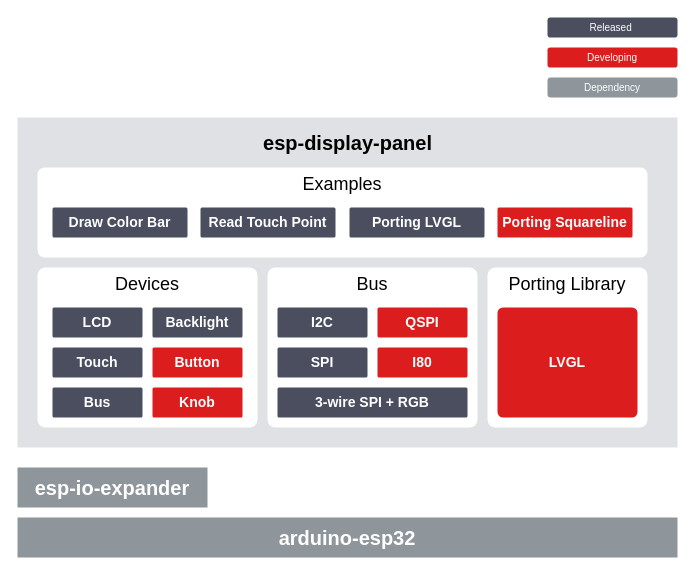
Earlier version of the draw.io diagram docs/_static/block_diagram.drawio (esp-arduino-libs/ESP32_Display_Panel). Source tidied: cells renumbered, new cells numbered last; positions are measured from the earlier drawing's top-left corner, leaving out a move shared by most shapes. Both pictures are drawn from the tidied source at 100%, with x=0, y=0 at pixel (17, 17).
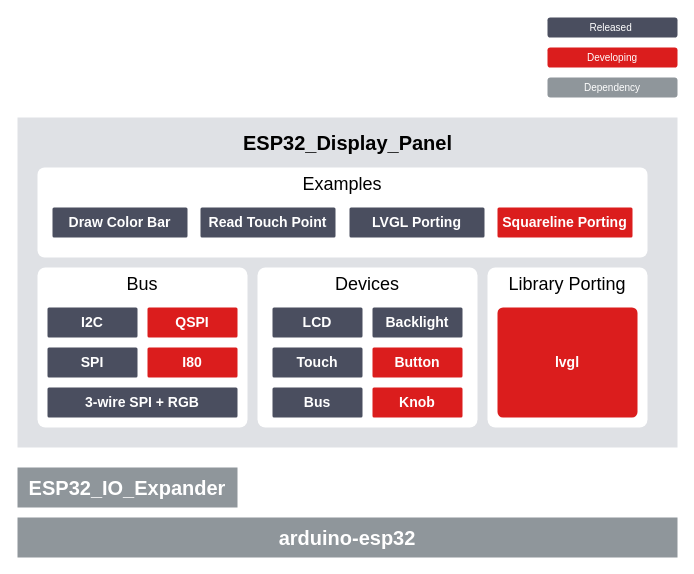
After the change.

What changed in the source:
```diff
@@
-    <mxCell id="7" value="&lt;b style=&quot;&quot;&gt;&lt;font color=&quot;#ffffff&quot; style=&quot;font-size: 20px;&quot;&gt;esp-io-expander&lt;/font&gt;&lt;/b&gt;" style="rounded=1;whiteSpace=wrap;html=1;verticalAlign=middle;fillColor=#8F969B;strokeColor=none;fontSize=14;arcSize=0;strokeWidth=1;" parent="1" vertex="1">
-      <mxGeometry y="450" width="190" height="40" as="geometry" />
+    <mxCell id="7" value="&lt;b style=&quot;&quot;&gt;&lt;font color=&quot;#ffffff&quot; style=&quot;font-size: 20px;&quot;&gt;ESP32_IO_Expander&lt;/font&gt;&lt;/b&gt;" style="rounded=1;whiteSpace=wrap;html=1;verticalAlign=middle;fillColor=#8F969B;strokeColor=none;fontSize=14;arcSize=0;strokeWidth=1;" parent="1" vertex="1">
+      <mxGeometry y="450" width="220" height="40" as="geometry" />
     </mxCell>
-    <mxCell id="8" value="&lt;b style=&quot;color: rgb(0, 0, 0);&quot;&gt;&lt;font style=&quot;font-size: 20px;&quot;&gt;esp-display-panel&lt;/font&gt;&lt;/b&gt;" style="text;html=1;strokeColor=none;fillColor=none;align=center;verticalAlign=middle;whiteSpace=wrap;rounded=0;" parent="1" vertex="1">
+    <mxCell id="8" value="&lt;b style=&quot;color: rgb(0, 0, 0);&quot;&gt;&lt;font style=&quot;font-size: 20px;&quot;&gt;ESP32_Display_Panel&lt;/font&gt;&lt;/b&gt;" style="text;html=1;strokeColor=none;fillColor=none;align=center;verticalAlign=middle;whiteSpace=wrap;rounded=0;" parent="1" vertex="1">
       <mxGeometry x="227.5" y="110" width="205" height="30" as="geometry" />
     </mxCell>
+    <mxCell id="14" value="&lt;span style=&quot;font-size: 18px;&quot;&gt;Library Porting&lt;/span&gt;" style="rounded=1;whiteSpace=wrap;html=1;verticalAlign=top;fillColor=#FFFFFF;strokeColor=none;fontColor=#000000;fontSize=14;gradientColor=none;arcSize=5;strokeWidth=2;" parent="1" vertex="1">
+      <mxGeometry x="470" y="250" width="160" height="160" as="geometry" />
+    </mxCell>
+    <mxCell id="15" value="&lt;b&gt;&lt;font color=&quot;#ffffff&quot;&gt;lvgl&lt;/font&gt;&lt;/b&gt;" style="rounded=1;whiteSpace=wrap;html=1;verticalAlign=middle;fillColor=#DB1D1D;strokeColor=none;fontColor=#000000;fontSize=14;gradientColor=none;arcSize=5;strokeWidth=2;" parent="1" vertex="1">
+      <mxGeometry x="480" y="290" width="140" height="110" as="geometry" />
+    </mxCell>
+    <mxCell id="16" value="&lt;font style=&quot;font-size: 18px;&quot;&gt;Examples&lt;/font&gt;" style="rounded=1;whiteSpace=wrap;html=1;verticalAlign=top;fillColor=#FFFFFF;strokeColor=none;fontColor=#000000;fontSize=14;gradientColor=none;arcSize=8;strokeWidth=2;" parent="1" vertex="1">
+      <mxGeometry x="20" y="150" width="610" height="90" as="geometry" />
+    </mxCell>
+    <mxCell id="17" value="&lt;b&gt;&lt;font color=&quot;#ffffff&quot;&gt;Draw Color Bar&lt;/font&gt;&lt;/b&gt;" style="rounded=1;whiteSpace=wrap;html=1;verticalAlign=middle;fillColor=#4A4E5F;strokeColor=none;fontColor=#000000;fontSize=14;gradientColor=none;arcSize=5;strokeWidth=2;" parent="1" vertex="1">
+      <mxGeometry x="35" y="190" width="135" height="30" as="geometry" />
+    </mxCell>
+    <mxCell id="26" value="&lt;font color=&quot;#ffffff&quot;&gt;&lt;b&gt;Read Touch Point&lt;/b&gt;&lt;/font&gt;" style="rounded=1;whiteSpace=wrap;html=1;verticalAlign=middle;fillColor=#4A4E5F;strokeColor=none;fontColor=#000000;fontSize=14;gradientColor=none;arcSize=5;strokeWidth=2;" parent="1" vertex="1">
+      <mxGeometry x="183" y="190" width="135" height="30" as="geometry" />
+    </mxCell>
+    <mxCell id="27" value="&lt;font color=&quot;#ffffff&quot;&gt;&lt;b&gt;LVGL Porting&lt;/b&gt;&lt;/font&gt;" style="rounded=1;whiteSpace=wrap;html=1;verticalAlign=middle;fillColor=#4A4E5F;strokeColor=none;fontColor=#000000;fontSize=14;gradientColor=none;arcSize=5;strokeWidth=2;" parent="1" vertex="1">
+      <mxGeometry x="332" y="190" width="135" height="30" as="geometry" />
+    </mxCell>
+    <mxCell id="28" value="&lt;font color=&quot;#ffffff&quot;&gt;&lt;b&gt;Squareline&amp;nbsp;&lt;/b&gt;&lt;/font&gt;&lt;b style=&quot;color: rgb(255, 255, 255);&quot;&gt;Porting&lt;/b&gt;" style="rounded=1;whiteSpace=wrap;html=1;verticalAlign=middle;fillColor=#DB1D1D;strokeColor=none;fontColor=#000000;fontSize=14;gradientColor=none;arcSize=5;strokeWidth=2;" parent="1" vertex="1">
+      <mxGeometry x="480" y="190" width="135" height="30" as="geometry" />
+    </mxCell>
+    <mxCell id="29" style="group;" parent="1" vertex="1">
+      <mxGeometry x="240" y="250" width="220" height="160" as="geometry" />
+    </mxCell>
-    <mxCell id="9" value="&lt;font style=&quot;font-size: 18px;&quot;&gt;Devices&lt;/font&gt;" style="rounded=1;whiteSpace=wrap;html=1;verticalAlign=top;fillColor=#FFFFFF;strokeColor=none;fontColor=#000000;fontSize=14;gradientColor=none;arcSize=5;strokeWidth=2;" parent="1" vertex="1">
-      <mxGeometry x="20" y="250" width="220" height="160" as="geometry" />
+    <mxCell id="9" value="&lt;font style=&quot;font-size: 18px;&quot;&gt;Devices&lt;/font&gt;" style="rounded=1;whiteSpace=wrap;html=1;verticalAlign=top;fillColor=#FFFFFF;strokeColor=none;fontColor=#000000;fontSize=14;gradientColor=none;arcSize=5;strokeWidth=2;" parent="29" vertex="1">
+      <mxGeometry width="220" height="160" as="geometry" />
     </mxCell>
-    <mxCell id="10" value="&lt;b style=&quot;font-size: 14px;&quot;&gt;&lt;font color=&quot;#ffffff&quot;&gt;Bus&lt;/font&gt;&lt;/b&gt;" style="rounded=1;whiteSpace=wrap;html=1;verticalAlign=middle;fillColor=#4A4E5F;strokeColor=none;fontColor=#000000;fontSize=14;gradientColor=none;arcSize=5;strokeWidth=2;" parent="1" vertex="1">
-      <mxGeometry x="35" y="370" width="90" height="30" as="geometry" />
+    <mxCell id="10" value="&lt;b style=&quot;font-size: 14px;&quot;&gt;&lt;font color=&quot;#ffffff&quot;&gt;Bus&lt;/font&gt;&lt;/b&gt;" style="rounded=1;whiteSpace=wrap;html=1;verticalAlign=middle;fillColor=#4A4E5F;strokeColor=none;fontColor=#000000;fontSize=14;gradientColor=none;arcSize=5;strokeWidth=2;" parent="29" vertex="1">
+      <mxGeometry x="15" y="120" width="90" height="30" as="geometry" />
     </mxCell>
-    <mxCell id="11" value="&lt;b&gt;&lt;font color=&quot;#ffffff&quot;&gt;LCD&lt;/font&gt;&lt;/b&gt;" style="rounded=1;whiteSpace=wrap;html=1;verticalAlign=middle;fillColor=#4A4E5F;strokeColor=none;fontColor=#000000;fontSize=14;gradientColor=none;arcSize=5;strokeWidth=2;" parent="1" vertex="1">
-      <mxGeometry x="35" y="290" width="90" height="30" as="geometry" />
+    <mxCell id="11" value="&lt;b&gt;&lt;font color=&quot;#ffffff&quot;&gt;LCD&lt;/font&gt;&lt;/b&gt;" style="rounded=1;whiteSpace=wrap;html=1;verticalAlign=middle;fillColor=#4A4E5F;strokeColor=none;fontColor=#000000;fontSize=14;gradientColor=none;arcSize=5;strokeWidth=2;" parent="29" vertex="1">
+      <mxGeometry x="15" y="40" width="90" height="30" as="geometry" />
     </mxCell>
-    <mxCell id="12" value="&lt;b style=&quot;font-size: 14px;&quot;&gt;&lt;font color=&quot;#ffffff&quot;&gt;Backlight&lt;/font&gt;&lt;/b&gt;" style="rounded=1;whiteSpace=wrap;html=1;verticalAlign=middle;fillColor=#4A4E5F;strokeColor=none;fontColor=#000000;fontSize=14;gradientColor=none;arcSize=5;strokeWidth=2;" parent="1" vertex="1">
-      <mxGeometry x="135" y="290" width="90" height="30" as="geometry" />
+    <mxCell id="12" value="&lt;b style=&quot;font-size: 14px;&quot;&gt;&lt;font color=&quot;#ffffff&quot;&gt;Backlight&lt;/font&gt;&lt;/b&gt;" style="rounded=1;whiteSpace=wrap;html=1;verticalAlign=middle;fillColor=#4A4E5F;strokeColor=none;fontColor=#000000;fontSize=14;gradientColor=none;arcSize=5;strokeWidth=2;" parent="29" vertex="1">
+      <mxGeometry x="115" y="40" width="90" height="30" as="geometry" />
     </mxCell>
-    <mxCell id="13" value="&lt;b&gt;&lt;font color=&quot;#ffffff&quot;&gt;Touch&lt;/font&gt;&lt;/b&gt;" style="rounded=1;whiteSpace=wrap;html=1;verticalAlign=middle;fillColor=#4A4E5F;strokeColor=none;fontColor=#000000;fontSize=14;gradientColor=none;arcSize=5;strokeWidth=2;" parent="1" vertex="1">
-      <mxGeometry x="35" y="330" width="90" height="30" as="geometry" />
+    <mxCell id="13" value="&lt;b&gt;&lt;font color=&quot;#ffffff&quot;&gt;Touch&lt;/font&gt;&lt;/b&gt;" style="rounded=1;whiteSpace=wrap;html=1;verticalAlign=middle;fillColor=#4A4E5F;strokeColor=none;fontColor=#000000;fontSize=14;gradientColor=none;arcSize=5;strokeWidth=2;" parent="29" vertex="1">
+      <mxGeometry x="15" y="80" width="90" height="30" as="geometry" />
     </mxCell>
-    <mxCell id="14" value="&lt;font style=&quot;font-size: 18px;&quot;&gt;Porting Library&lt;/font&gt;" style="rounded=1;whiteSpace=wrap;html=1;verticalAlign=top;fillColor=#FFFFFF;strokeColor=none;fontColor=#000000;fontSize=14;gradientColor=none;arcSize=5;strokeWidth=2;" parent="1" vertex="1">
-      <mxGeometry x="470" y="250" width="160" height="160" as="geometry" />
-    </mxCell>
-    <mxCell id="15" value="&lt;b&gt;&lt;font color=&quot;#ffffff&quot;&gt;LVGL&lt;/font&gt;&lt;/b&gt;" style="rounded=1;whiteSpace=wrap;html=1;verticalAlign=middle;fillColor=#DB1D1D;strokeColor=none;fontColor=#000000;fontSize=14;gradientColor=none;arcSize=5;strokeWidth=2;" parent="1" vertex="1">
-      <mxGeometry x="480" y="290" width="140" height="110" as="geometry" />
-    </mxCell>
-    <mxCell id="16" value="&lt;font style=&quot;font-size: 18px;&quot;&gt;Examples&lt;/font&gt;" style="rounded=1;whiteSpace=wrap;html=1;verticalAlign=top;fillColor=#FFFFFF;strokeColor=none;fontColor=#000000;fontSize=14;gradientColor=none;arcSize=8;strokeWidth=2;" parent="1" vertex="1">
-      <mxGeometry x="20" y="150" width="610" height="90" as="geometry" />
-    </mxCell>
-    <mxCell id="17" value="&lt;b&gt;&lt;font color=&quot;#ffffff&quot;&gt;Draw Color Bar&lt;/font&gt;&lt;/b&gt;" style="rounded=1;whiteSpace=wrap;html=1;verticalAlign=middle;fillColor=#4A4E5F;strokeColor=none;fontColor=#000000;fontSize=14;gradientColor=none;arcSize=5;strokeWidth=2;" parent="1" vertex="1">
-      <mxGeometry x="35" y="190" width="135" height="30" as="geometry" />
-    </mxCell>
-    <mxCell id="18" value="&lt;b&gt;&lt;font color=&quot;#ffffff&quot;&gt;Button&lt;/font&gt;&lt;/b&gt;" style="rounded=1;whiteSpace=wrap;html=1;verticalAlign=middle;fillColor=#DB1D1D;strokeColor=none;fontColor=#000000;fontSize=14;gradientColor=none;arcSize=5;strokeWidth=2;" parent="1" vertex="1">
-      <mxGeometry x="135" y="330" width="90" height="30" as="geometry" />
+    <mxCell id="18" value="&lt;b&gt;&lt;font color=&quot;#ffffff&quot;&gt;Button&lt;/font&gt;&lt;/b&gt;" style="rounded=1;whiteSpace=wrap;html=1;verticalAlign=middle;fillColor=#DB1D1D;strokeColor=none;fontColor=#000000;fontSize=14;gradientColor=none;arcSize=5;strokeWidth=2;" parent="29" vertex="1">
+      <mxGeometry x="115" y="80" width="90" height="30" as="geometry" />
     </mxCell>
-    <mxCell id="19" value="&lt;b&gt;&lt;font color=&quot;#ffffff&quot;&gt;Knob&lt;/font&gt;&lt;/b&gt;" style="rounded=1;whiteSpace=wrap;html=1;verticalAlign=middle;fillColor=#DB1D1D;strokeColor=none;fontColor=#000000;fontSize=14;gradientColor=none;arcSize=5;strokeWidth=2;" parent="1" vertex="1">
-      <mxGeometry x="135" y="370" width="90" height="30" as="geometry" />
+    <mxCell id="19" value="&lt;b&gt;&lt;font color=&quot;#ffffff&quot;&gt;Knob&lt;/font&gt;&lt;/b&gt;" style="rounded=1;whiteSpace=wrap;html=1;verticalAlign=middle;fillColor=#DB1D1D;strokeColor=none;fontColor=#000000;fontSize=14;gradientColor=none;arcSize=5;strokeWidth=2;" parent="29" vertex="1">
+      <mxGeometry x="115" y="120" width="90" height="30" as="geometry" />
     </mxCell>
+    <mxCell id="30" style="group;" parent="1" vertex="1">
+      <mxGeometry x="310" y="90" width="210" height="160" as="geometry" />
+    </mxCell>
+    <mxCell id="31" style="group;" parent="30" vertex="1">
+      <mxGeometry width="210" height="160" as="geometry" />
+    </mxCell>
+    <mxCell id="32" style="group;" parent="31" vertex="1">
+      <mxGeometry x="-290" y="160" width="210" height="160" as="geometry" />
+    </mxCell>
-    <mxCell id="20" value="&lt;span style=&quot;font-size: 18px;&quot;&gt;Bus&lt;/span&gt;" style="rounded=1;whiteSpace=wrap;html=1;verticalAlign=top;fillColor=#FFFFFF;strokeColor=none;fontColor=#000000;fontSize=14;gradientColor=none;arcSize=5;strokeWidth=2;" parent="1" vertex="1">
-      <mxGeometry x="250" y="250" width="210" height="160" as="geometry" />
+    <mxCell id="20" value="&lt;span style=&quot;font-size: 18px;&quot;&gt;Bus&lt;/span&gt;" style="rounded=1;whiteSpace=wrap;html=1;verticalAlign=top;fillColor=#FFFFFF;strokeColor=none;fontColor=#000000;fontSize=14;gradientColor=none;arcSize=5;strokeWidth=2;" parent="32" vertex="1">
+      <mxGeometry width="210" height="160" as="geometry" />
     </mxCell>
-    <mxCell id="21" value="&lt;b&gt;&lt;font color=&quot;#ffffff&quot;&gt;I2C&lt;/font&gt;&lt;/b&gt;" style="rounded=1;whiteSpace=wrap;html=1;verticalAlign=middle;fillColor=#4A4E5F;strokeColor=none;fontColor=#000000;fontSize=14;gradientColor=none;arcSize=5;strokeWidth=2;" parent="1" vertex="1">
-      <mxGeometry x="260" y="290" width="90" height="30" as="geometry" />
-    </mxCell>
-    <mxCell id="22" value="&lt;b&gt;&lt;font color=&quot;#ffffff&quot;&gt;SPI&lt;/font&gt;&lt;/b&gt;" style="rounded=1;whiteSpace=wrap;html=1;verticalAlign=middle;fillColor=#4A4E5F;strokeColor=none;fontColor=#000000;fontSize=14;gradientColor=none;arcSize=5;strokeWidth=2;" parent="1" vertex="1">
-      <mxGeometry x="260" y="330" width="90" height="30" as="geometry" />
+    <mxCell id="22" value="&lt;b&gt;&lt;font color=&quot;#ffffff&quot;&gt;SPI&lt;/font&gt;&lt;/b&gt;" style="rounded=1;whiteSpace=wrap;html=1;verticalAlign=middle;fillColor=#4A4E5F;strokeColor=none;fontColor=#000000;fontSize=14;gradientColor=none;arcSize=5;strokeWidth=2;" parent="32" vertex="1">
+      <mxGeometry x="10" y="80" width="90" height="30" as="geometry" />
     </mxCell>
-    <mxCell id="23" value="&lt;b&gt;&lt;font color=&quot;#ffffff&quot;&gt;3-wire SPI + RGB&lt;/font&gt;&lt;/b&gt;" style="rounded=1;whiteSpace=wrap;html=1;verticalAlign=middle;fillColor=#4A4E5F;strokeColor=none;fontColor=#000000;fontSize=14;gradientColor=none;arcSize=5;strokeWidth=2;" parent="1" vertex="1">
-      <mxGeometry x="260" y="370" width="190" height="30" as="geometry" />
+    <mxCell id="23" value="&lt;b&gt;&lt;font color=&quot;#ffffff&quot;&gt;3-wire SPI + RGB&lt;/font&gt;&lt;/b&gt;" style="rounded=1;whiteSpace=wrap;html=1;verticalAlign=middle;fillColor=#4A4E5F;strokeColor=none;fontColor=#000000;fontSize=14;gradientColor=none;arcSize=5;strokeWidth=2;" parent="32" vertex="1">
+      <mxGeometry x="10" y="120" width="190" height="30" as="geometry" />
     </mxCell>
-    <mxCell id="24" value="&lt;b&gt;&lt;font color=&quot;#ffffff&quot;&gt;I80&lt;/font&gt;&lt;/b&gt;" style="rounded=1;whiteSpace=wrap;html=1;verticalAlign=middle;fillColor=#DB1D1D;strokeColor=none;fontColor=#000000;fontSize=14;gradientColor=none;arcSize=5;strokeWidth=2;" parent="1" vertex="1">
-      <mxGeometry x="360" y="330" width="90" height="30" as="geometry" />
+    <mxCell id="24" value="&lt;b&gt;&lt;font color=&quot;#ffffff&quot;&gt;I80&lt;/font&gt;&lt;/b&gt;" style="rounded=1;whiteSpace=wrap;html=1;verticalAlign=middle;fillColor=#DB1D1D;strokeColor=none;fontColor=#000000;fontSize=14;gradientColor=none;arcSize=5;strokeWidth=2;" parent="32" vertex="1">
+      <mxGeometry x="110" y="80" width="90" height="30" as="geometry" />
     </mxCell>
-    <mxCell id="25" value="&lt;b&gt;&lt;font color=&quot;#ffffff&quot;&gt;QSPI&lt;/font&gt;&lt;/b&gt;" style="rounded=1;whiteSpace=wrap;html=1;verticalAlign=middle;fillColor=#DB1D1D;strokeColor=none;fontColor=#000000;fontSize=14;gradientColor=none;arcSize=5;strokeWidth=2;" parent="1" vertex="1">
-      <mxGeometry x="360" y="290" width="90" height="30" as="geometry" />
+    <mxCell id="25" value="&lt;b&gt;&lt;font color=&quot;#ffffff&quot;&gt;QSPI&lt;/font&gt;&lt;/b&gt;" style="rounded=1;whiteSpace=wrap;html=1;verticalAlign=middle;fillColor=#DB1D1D;strokeColor=none;fontColor=#000000;fontSize=14;gradientColor=none;arcSize=5;strokeWidth=2;" parent="32" vertex="1">
+      <mxGeometry x="110" y="40" width="90" height="30" as="geometry" />
     </mxCell>
-    <mxCell id="26" value="&lt;font color=&quot;#ffffff&quot;&gt;&lt;b&gt;Read Touch Point&lt;/b&gt;&lt;/font&gt;" style="rounded=1;whiteSpace=wrap;html=1;verticalAlign=middle;fillColor=#4A4E5F;strokeColor=none;fontColor=#000000;fontSize=14;gradientColor=none;arcSize=5;strokeWidth=2;" parent="1" vertex="1">
-      <mxGeometry x="183" y="190" width="135" height="30" as="geometry" />
-    </mxCell>
-    <mxCell id="27" value="&lt;font color=&quot;#ffffff&quot;&gt;&lt;b&gt;Porting LVGL&lt;/b&gt;&lt;/font&gt;" style="rounded=1;whiteSpace=wrap;html=1;verticalAlign=middle;fillColor=#4A4E5F;strokeColor=none;fontColor=#000000;fontSize=14;gradientColor=none;arcSize=5;strokeWidth=2;" parent="1" vertex="1">
-      <mxGeometry x="332" y="190" width="135" height="30" as="geometry" />
-    </mxCell>
-    <mxCell id="28" value="&lt;font color=&quot;#ffffff&quot;&gt;&lt;b&gt;Porting Squareline&lt;/b&gt;&lt;/font&gt;" style="rounded=1;whiteSpace=wrap;html=1;verticalAlign=middle;fillColor=#DB1D1D;strokeColor=none;fontColor=#000000;fontSize=14;gradientColor=none;arcSize=5;strokeWidth=2;" parent="1" vertex="1">
-      <mxGeometry x="480" y="190" width="135" height="30" as="geometry" />
-    </mxCell>
+    <mxCell id="21" value="&lt;b&gt;&lt;font color=&quot;#ffffff&quot;&gt;I2C&lt;/font&gt;&lt;/b&gt;" style="rounded=1;whiteSpace=wrap;html=1;verticalAlign=middle;fillColor=#4A4E5F;strokeColor=none;fontColor=#000000;fontSize=14;gradientColor=none;arcSize=5;strokeWidth=2;" parent="32" vertex="1">
+      <mxGeometry x="10" y="40" width="90" height="30" as="geometry" />
+    </mxCell>
```
